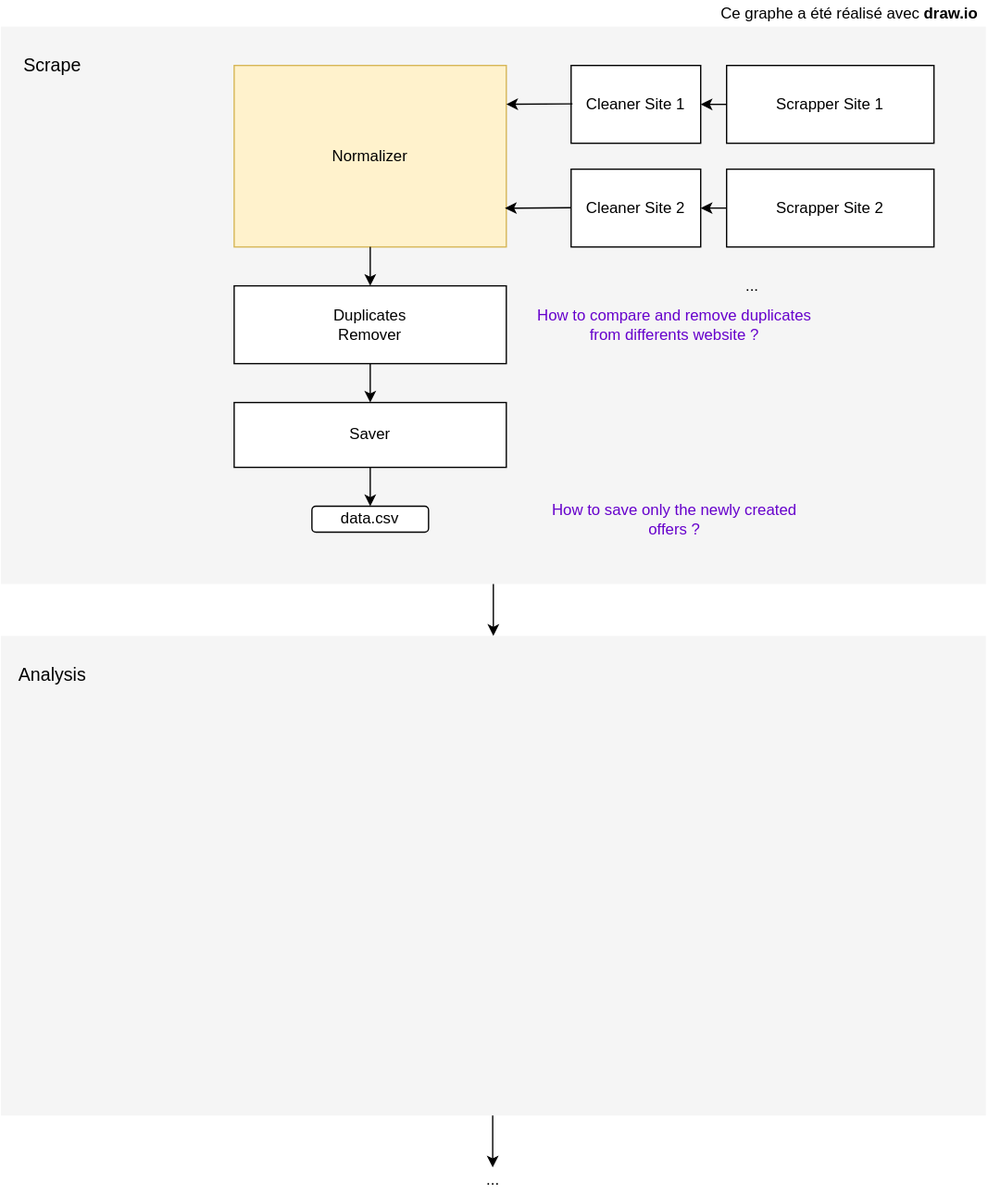
The draw.io diagram plan.svg in Demesmaeker/Immo_BeCode, before a commit. Source tidied: cells renumbered, new cells last; positions are measured from the earlier drawing's top-left corner, leaving out a move shared by most shapes.
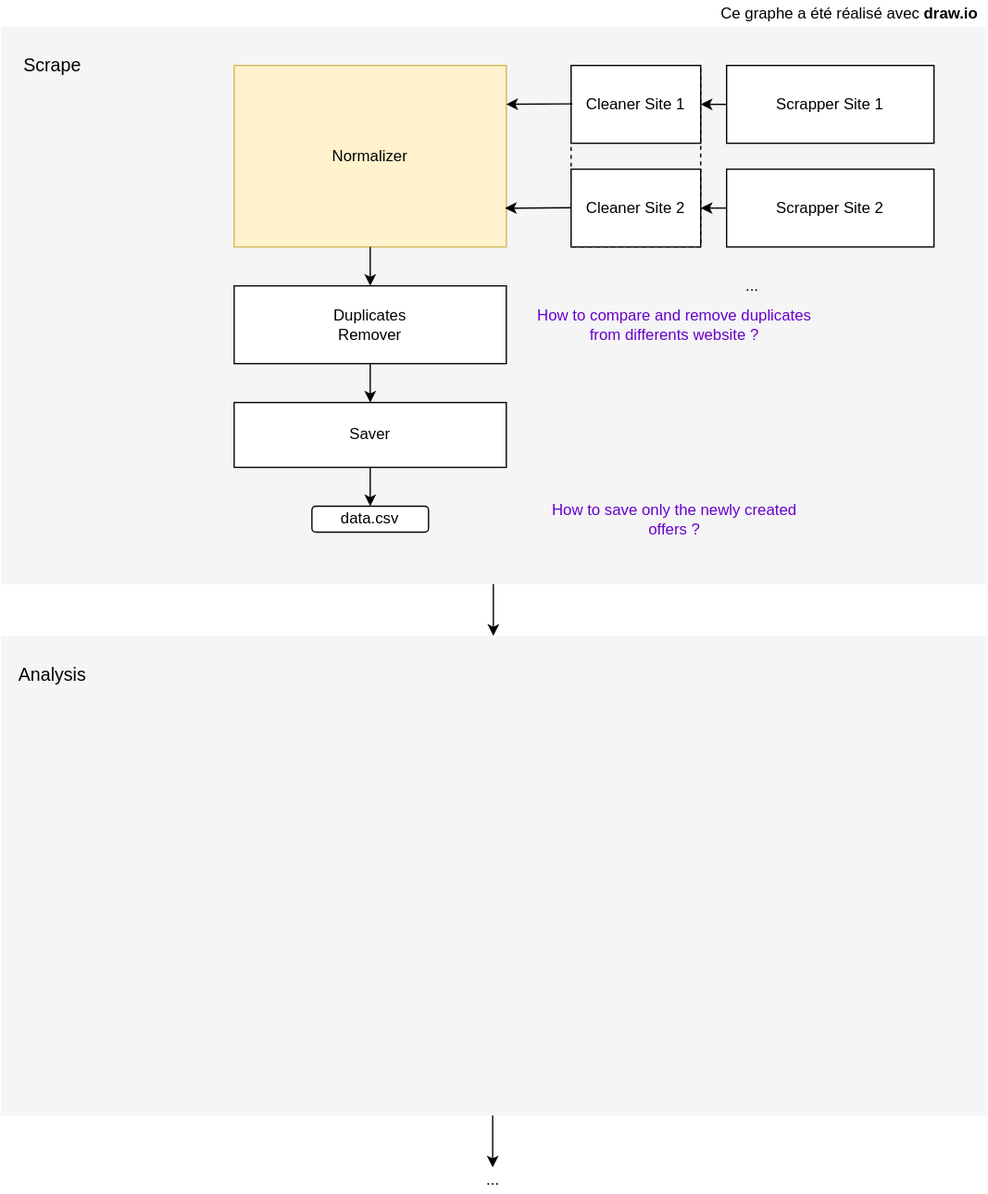
Above is the later version.

Diff of the diagram source:
```diff
@@ -5,6 +5,9 @@
     <mxCell id="2" style="rounded=0;whiteSpace=wrap;html=1;fillColor=#f5f5f5;fontColor=#333333;strokeColor=none;" parent="1" vertex="1">
       <mxGeometry y="20" width="760" height="430" as="geometry" />
     </mxCell>
+    <mxCell id="36" style="rounded=0;whiteSpace=wrap;html=1;fillColor=none;dashed=1;" parent="1" vertex="1">
+      <mxGeometry x="440" y="50" width="100" height="140" as="geometry" />
+    </mxCell>
     <mxCell id="3" style="rounded=0;whiteSpace=wrap;html=1;fillColor=#f5f5f5;fontColor=#333333;strokeColor=none;" parent="1" vertex="1">
       <mxGeometry y="490" width="760" height="370" as="geometry" />
     </mxCell>
```
